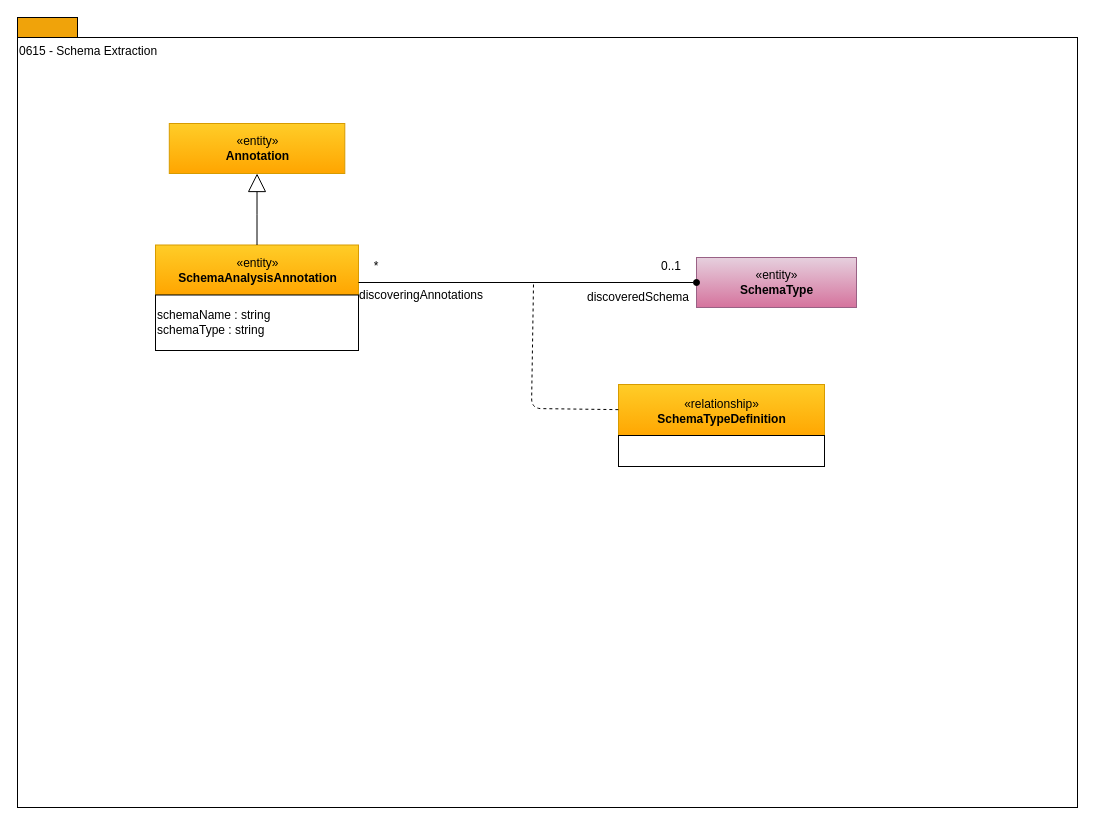
The draw.io diagram page "0615-Schema-Extraction" (5 of 13) of site/docs/types/6/area-6-discovery.drawio in odpi/egeria-docs, before the edit. Source tidied: cells renumbered, new cells numbered last; positions are measured from the earlier drawing's top-left corner, leaving out a move shared by most shapes. Both pictures are drawn from the tidied source at 100%, with x=0, y=0 at pixel (17, 17).
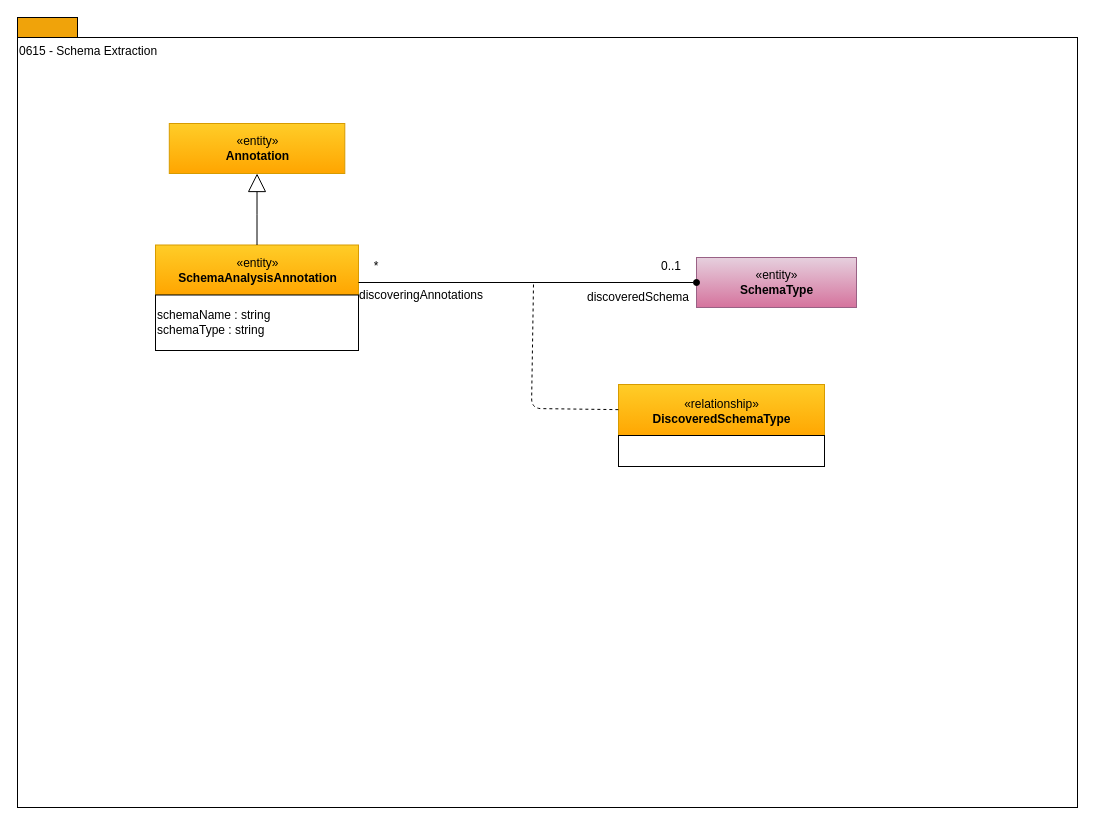
Above is the later version.

What changed in the source:
```diff
@@
 <mxGraphModel>
   <root>
     <mxCell id="0" />
     <mxCell id="1" parent="0" />
     <mxCell id="2" style="rounded=0;whiteSpace=wrap;html=1;align=left;fillColor=#f0a30a;strokeColor=#000000;fontColor=#ffffff;" parent="1" vertex="1">
       <mxGeometry width="60" height="20" as="geometry" />
     </mxCell>
     <mxCell id="3" value="0615 - Schema Extraction" style="rounded=0;whiteSpace=wrap;html=1;align=left;verticalAlign=top;" parent="1" vertex="1">
       <mxGeometry y="20" width="1060" height="770" as="geometry" />
     </mxCell>
     <mxCell id="4" value="«entity»&lt;br&gt;&lt;b&gt;SchemaAnalysisAnnotation&lt;/b&gt;" style="html=1;strokeColor=#d79b00;align=center;fillColor=#ffcd28;gradientColor=#ffa500;" parent="1" vertex="1">
       <mxGeometry x="138" y="227.5" width="203" height="50" as="geometry" />
     </mxCell>
     <mxCell id="5" value="schemaName : string&lt;br&gt;schemaType : string&lt;br&gt;" style="rounded=0;whiteSpace=wrap;html=1;strokeColor=#000000;gradientColor=#ffffff;align=left;" parent="1" vertex="1">
       <mxGeometry x="138" y="277.5" width="203" height="55.5" as="geometry" />
     </mxCell>
     <mxCell id="6" value="«entity»&lt;br&gt;&lt;b&gt;Annotation&lt;/b&gt;" style="html=1;strokeColor=#d79b00;align=center;fillColor=#ffcd28;gradientColor=#ffa500;" parent="1" vertex="1">
       <mxGeometry x="151.8" y="106" width="175.5" height="50" as="geometry" />
     </mxCell>
     <mxCell id="7" style="edgeStyle=orthogonalEdgeStyle;rounded=0;jettySize=auto;html=1;endArrow=block;endFill=0;endSize=16;entryX=0.5;entryY=1;entryDx=0;entryDy=0;exitX=0.5;exitY=0;exitDx=0;exitDy=0;" parent="1" edge="1" source="4" target="6">
       <mxGeometry relative="1" as="geometry" />
     </mxCell>
     <mxCell id="8" value="«entity»&lt;br&gt;&lt;b&gt;SchemaType&lt;/b&gt;" style="html=1;strokeColor=#996185;align=center;fillColor=#e6d0de;gradientColor=#d5739d;" parent="1" vertex="1">
       <mxGeometry x="679" y="240" width="160" height="50" as="geometry" />
     </mxCell>
     <mxCell id="9" value="discoveringAnnotations" style="text;html=1;strokeColor=none;fillColor=none;align=center;verticalAlign=middle;whiteSpace=wrap;rounded=0;" parent="1" vertex="1">
       <mxGeometry x="341" y="268" width="126" height="20" as="geometry" />
     </mxCell>
     <mxCell id="10" value="*" style="text;html=1;strokeColor=none;fillColor=none;align=center;verticalAlign=middle;whiteSpace=wrap;rounded=0;" parent="1" vertex="1">
       <mxGeometry x="346" y="240" width="26" height="18" as="geometry" />
     </mxCell>
     <mxCell id="11" value="0..1" style="text;html=1;strokeColor=none;fillColor=none;align=center;verticalAlign=middle;whiteSpace=wrap;rounded=0;" parent="1" vertex="1">
       <mxGeometry x="634" y="239" width="40" height="20" as="geometry" />
     </mxCell>
-    <mxCell id="12" value="«relationship»&lt;br&gt;&lt;b&gt;SchemaTypeDefinition&lt;/b&gt;" style="html=1;strokeColor=#d79b00;align=center;fillColor=#ffcd28;gradientColor=#ffa500;" parent="1" vertex="1">
+    <mxCell id="12" value="«relationship»&lt;br&gt;&lt;b&gt;DiscoveredSchemaType&lt;/b&gt;" style="html=1;strokeColor=#d79b00;align=center;fillColor=#ffcd28;gradientColor=#ffa500;" parent="1" vertex="1">
       <mxGeometry x="601" y="367" width="206" height="53" as="geometry" />
     </mxCell>
     <mxCell id="13" style="endArrow=none;dashed=1;html=1;" parent="1" edge="1" target="12">
       <mxGeometry relative="1" as="geometry">
         <mxPoint x="516" y="267" as="sourcePoint" />
         <Array as="points">
           <mxPoint x="514" y="391" />
         </Array>
       </mxGeometry>
     </mxCell>
     <mxCell id="14" style="rounded=0;whiteSpace=wrap;html=1;align=left;" parent="1" vertex="1">
       <mxGeometry x="601" y="418" width="206" height="31" as="geometry" />
     </mxCell>
     <mxCell id="15" value="discoveredSchema" style="text;html=1;strokeColor=none;fillColor=none;align=center;verticalAlign=middle;whiteSpace=wrap;rounded=0;" parent="1" vertex="1">
       <mxGeometry x="573" y="270" width="95.8" height="20" as="geometry" />
     </mxCell>
     <mxCell id="16" style="edgeStyle=orthogonalEdgeStyle;rounded=0;html=1;entryX=1;entryY=0.75;endArrow=none;endFill=0;jettySize=auto;entryDx=0;entryDy=0;startArrow=oval;startFill=1;" parent="1" edge="1" source="8" target="4">
       <mxGeometry relative="1" as="geometry" />
     </mxCell>
   </root>
 </mxGraphModel>
```
